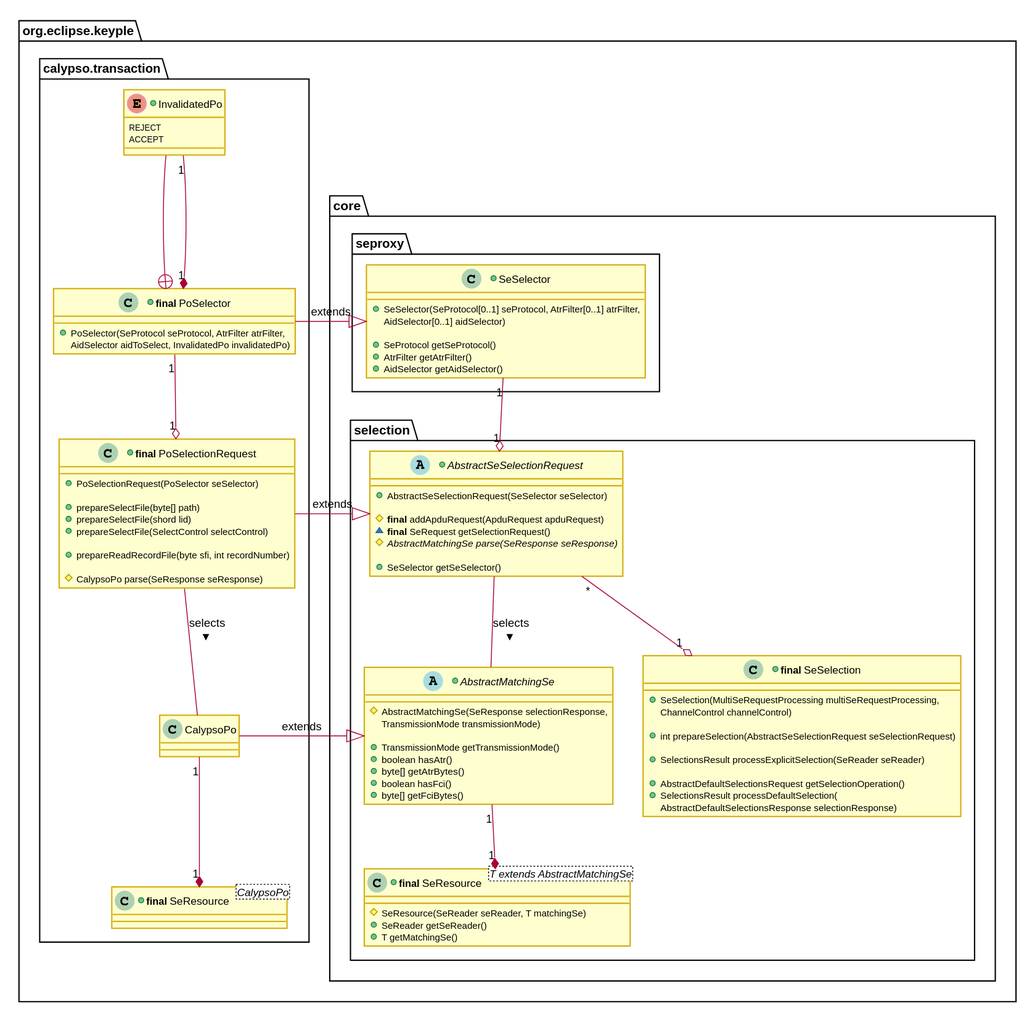
Before: docs/KeypleCalypsoApi/ApplicationApi/img/KeypleCalypso_ApplicationApi_ClassDiag_Transaction_PO_Selection_0_9_0.svg, a diagram exported from PlantUML (calypsonet/keyple).
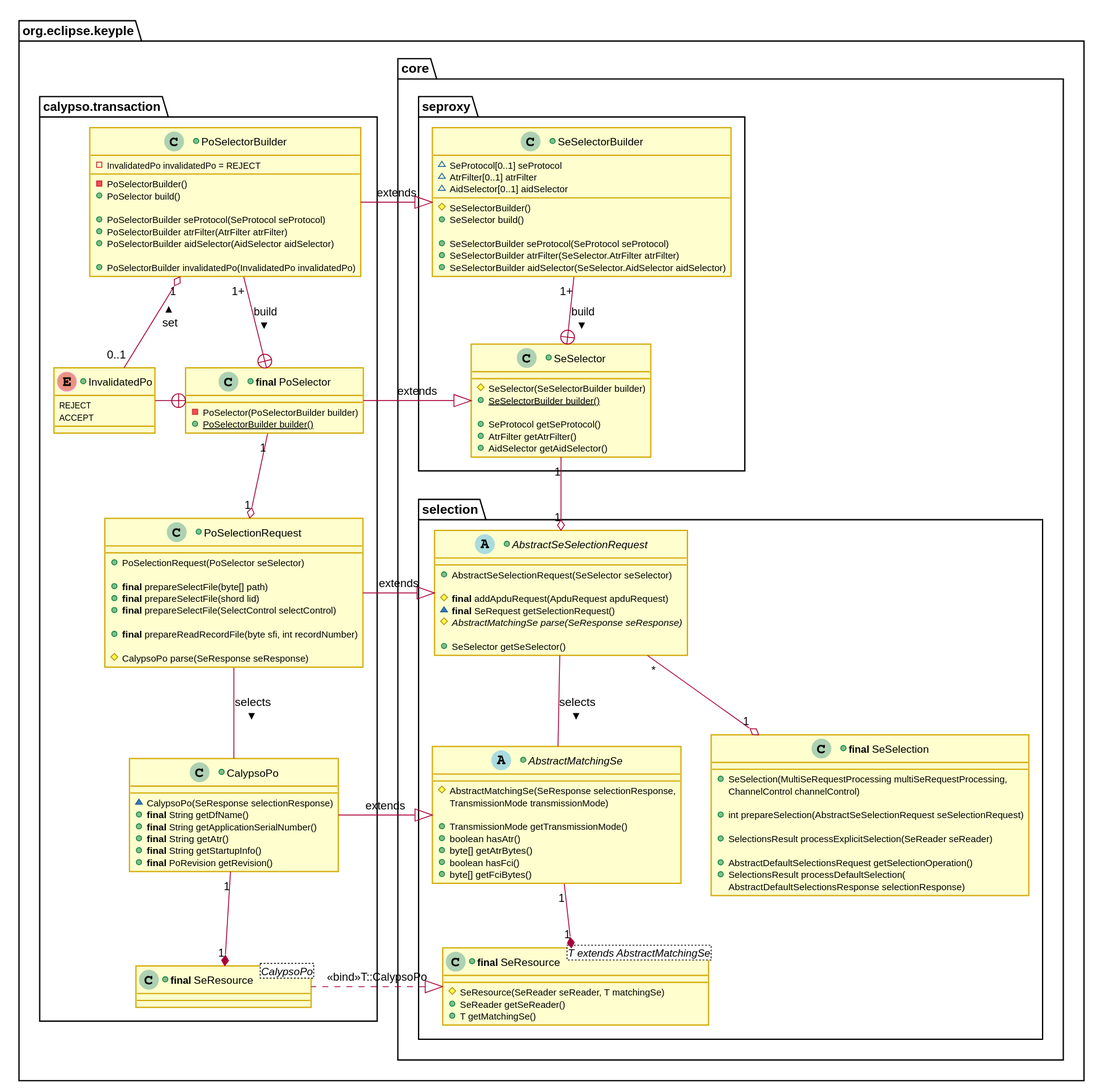
Later version of the same file.

The edit, as a diff of the source:
```diff
@@ -5,6 +5,9 @@
 skinparam stereotypeCBorderColor #ADD1B2
 skinparam stereotypeEBorderColor #EB93DF
 skinparam shadowing false
+
+skinparam StateBorderColor #D4AC0D
+skinparam ActivityBorderColor #D4AC0D
 
 skinparam ClassBackgroundColor<<red>> #FDEDEC
 skinparam ClassBorderColor<<red>> #E74C3C
@@ -26,13 +29,26 @@
   package core #FFFFFF {
     package seproxy #FFFFFF {
 +class SeSelector {
-  +SeSelector(SeProtocol[0..1] seProtocol, AtrFilter[0..1] atrFilter,
-  AidSelector[0..1] aidSelector)
+  #SeSelector(SeSelectorBuilder builder)
+  +{static}SeSelectorBuilder builder()
 
   +SeProtocol getSeProtocol()
   +AtrFilter getAtrFilter()
   +AidSelector getAidSelector()
 }
++class SeSelectorBuilder {
+  ~SeProtocol[0..1] seProtocol
+  ~AtrFilter[0..1] atrFilter
+  ~AidSelector[0..1] aidSelector
+  #SeSelectorBuilder()
+  +SeSelector build()
+
+  +SeSelectorBuilder seProtocol(SeProtocol seProtocol)
+  +SeSelectorBuilder atrFilter(SeSelector.AtrFilter atrFilter)
+  +SeSelectorBuilder aidSelector(SeSelector.AidSelector aidSelector)
+}
+
+      SeSelector +-up- "1+" SeSelectorBuilder : build <
     }
 
     package selection #FFFFFF {
@@ -82,24 +98,45 @@
     AbstractSeSelectionRequest "1" o-up- "1" SeSelector
   }
 
-  package calypso.transaction #FFFFFF {
+  package "calypso.transaction" as transaction_po #FFFFFF {
 +enum InvalidatedPo {
   REJECT
   ACCEPT
 }
++class CalypsoPo {
+  ~CalypsoPo(SeResponse selectionResponse)
+  +<b>final</b> String getDfName()
+  +<b>final</b> String getApplicationSerialNumber()
+  +<b>final</b> String getAtr()
+  +<b>final</b> String getStartupInfo()
+  +<b>final</b> PoRevision getRevision()
+}
 +class "<b>final</b> PoSelector" as PoSelector {
-  +PoSelector(SeProtocol seProtocol, AtrFilter atrFilter,
-    AidSelector aidToSelect, InvalidatedPo invalidatedPo)
+  -PoSelector(PoSelectorBuilder builder)
+  +{static} PoSelectorBuilder builder()
 }
 
-+class "<b>final</b> PoSelectionRequest" as PoSelectionRequest {
++class PoSelectorBuilder {
+  -InvalidatedPo invalidatedPo = REJECT
+  -PoSelectorBuilder()
+  +PoSelector build()
+
+  +PoSelectorBuilder seProtocol(SeProtocol seProtocol)
+  +PoSelectorBuilder atrFilter(AtrFilter atrFilter)
+  +PoSelectorBuilder aidSelector(AidSelector aidSelector)
+
+  +PoSelectorBuilder invalidatedPo(InvalidatedPo invalidatedPo)
+}
+
+
++class PoSelectionRequest {
   +PoSelectionRequest(PoSelector seSelector)
 
-  +prepareSelectFile(byte[] path)
-  +prepareSelectFile(shord lid)
-  +prepareSelectFile(SelectControl selectControl)
+  +<b>final</b> prepareSelectFile(byte[] path)
+  +<b>final</b> prepareSelectFile(shord lid)
+  +<b>final</b> prepareSelectFile(SelectControl selectControl)
 
-  +prepareReadRecordFile(byte sfi, int recordNumber)
+  +<b>final</b> prepareReadRecordFile(byte sfi, int recordNumber)
 
   #CalypsoPo parse(SeResponse seResponse)
 }
@@ -107,16 +144,20 @@
 +class "<b>final</b> SeResource<CalypsoPo>" as PoResource {
 }
 
-    InvalidatedPo --+ PoSelector
-    InvalidatedPo "1" --* "1" PoSelector
+    InvalidatedPo -left-+ PoSelector
+    PoSelector +-up- "1+" PoSelectorBuilder : build <
+    InvalidatedPo "0..1" -down-o "1" PoSelectorBuilder : set >
 
     PoSelectionRequest "1" o-up- "1" PoSelector
     PoSelectionRequest -down- CalypsoPo : selects >
     PoResource "1" *-up- "1" CalypsoPo
   }
 
+  PoSelectorBuilder -left-|> SeSelectorBuilder : extends
   PoSelector -left-|> SeSelector : extends
   PoSelectionRequest -left-|> AbstractSeSelectionRequest : extends
   CalypsoPo -left-|> AbstractMatchingSe : extends
+  PoResource .left.|> SeResource_T : <<bind>>T::CalypsoPo
+
 }
 @enduml
```
